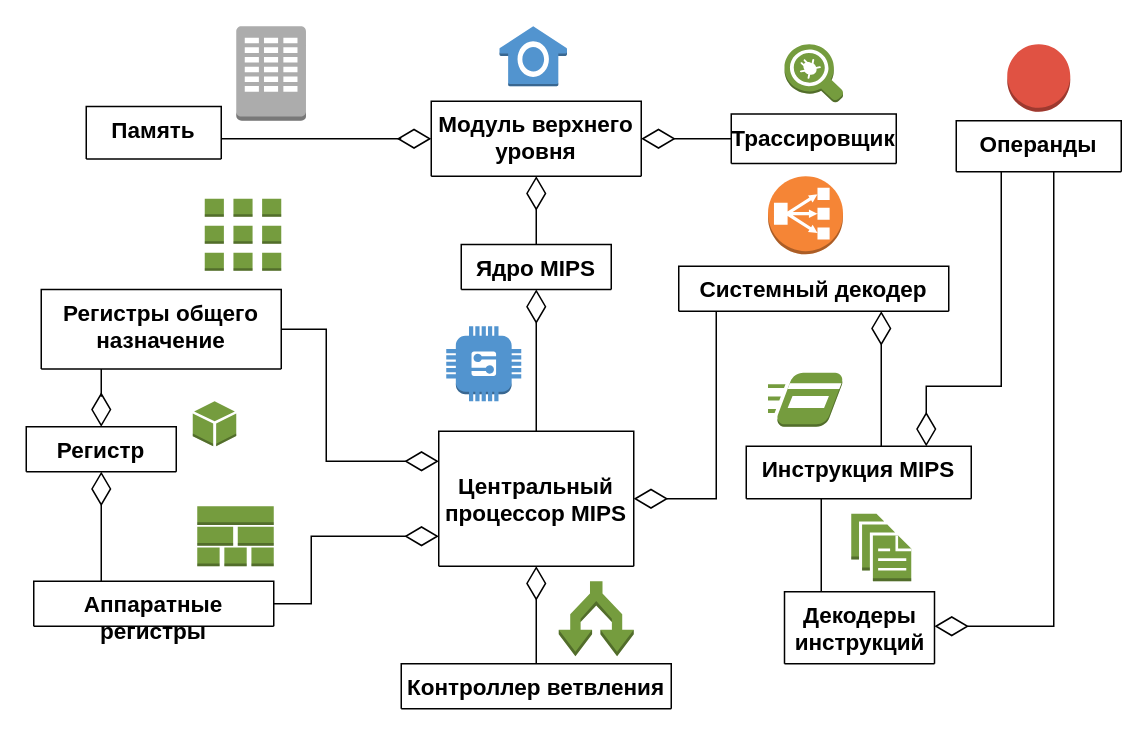
This is docs/presentation/sources/emu_architecture_color.drawio from eleven5150/mips-emulation, a draw.io file, before an edit. Source tidied: cells renumbered, new cells numbered last; positions are measured from the earlier drawing's top-left corner, leaving out a move shared by most shapes. Both pictures are drawn from the tidied source at 150%, with x=0, y=0 at pixel (26, 26).
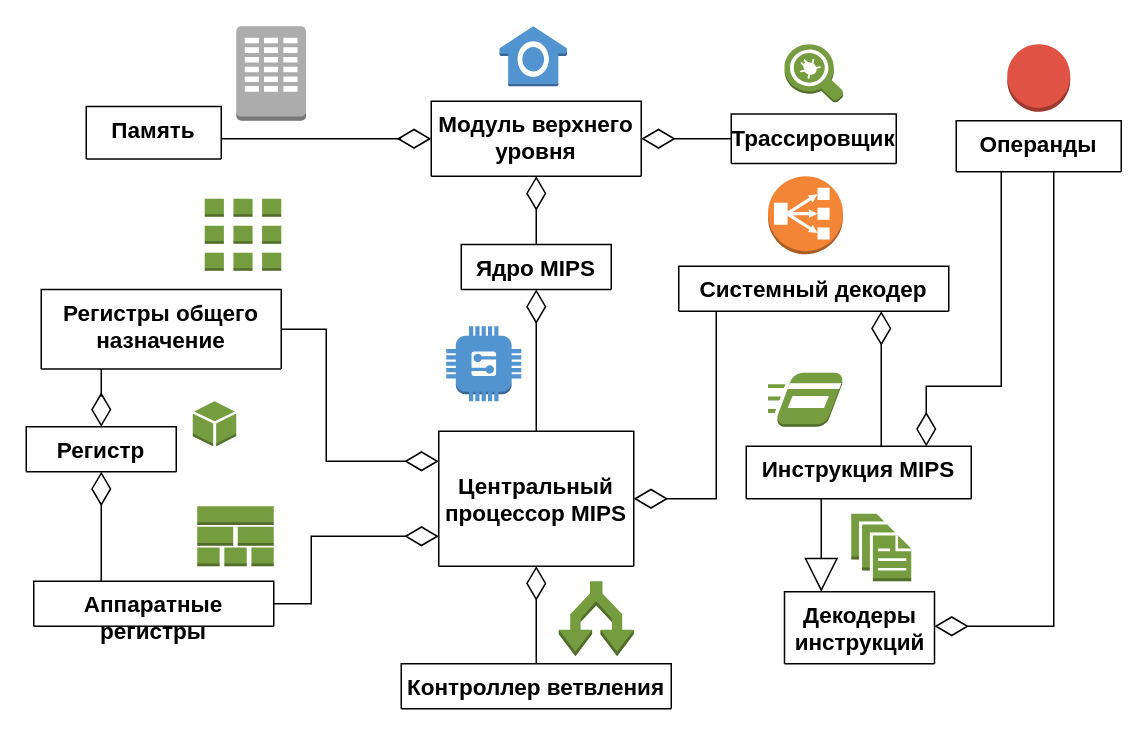
The same diagram, later.

Commit message (it also covers changes not shown here):
fixed inheritance in class diagram

The change refers to these unchanged cells:
```xml
<mxCell id="18" value="Инструкция MIPS" style="swimlane;fontStyle=1;align=center;verticalAlign=top;horizontal=1;startSize=35;whiteSpace=wrap;html=1;fontSize=15;" parent="1" vertex="1" collapsed="1">
  <mxGeometry x="480" y="280" width="150" height="35" as="geometry" />
</mxCell>
<mxCell id="19" value="Декодеры инструкций" style="swimlane;fontStyle=1;align=center;verticalAlign=top;horizontal=1;startSize=48;whiteSpace=wrap;html=1;fontSize=15;" parent="1" vertex="1" collapsed="1">
  <mxGeometry x="505.5" y="377" width="100" height="48" as="geometry" />
</mxCell>
```

What changed in the source:
```diff
@@
-    <mxCell id="27" style="edgeStyle=orthogonalEdgeStyle;rounded=0;jettySize=auto;html=1;endArrow=none;endFill=0;endSize=20;fontSize=13;" parent="1" edge="1" source="18" target="19">
+    <mxCell id="27" style="edgeStyle=orthogonalEdgeStyle;rounded=0;jettySize=auto;html=1;endArrow=block;endFill=0;endSize=20;fontSize=13;" parent="1" edge="1" source="18" target="19">
       <mxGeometry relative="1" as="geometry">
         <Array as="points">
           <mxPoint x="530" y="350" />
           <mxPoint x="530" y="350" />
         </Array>
       </mxGeometry>
     </mxCell>
```
